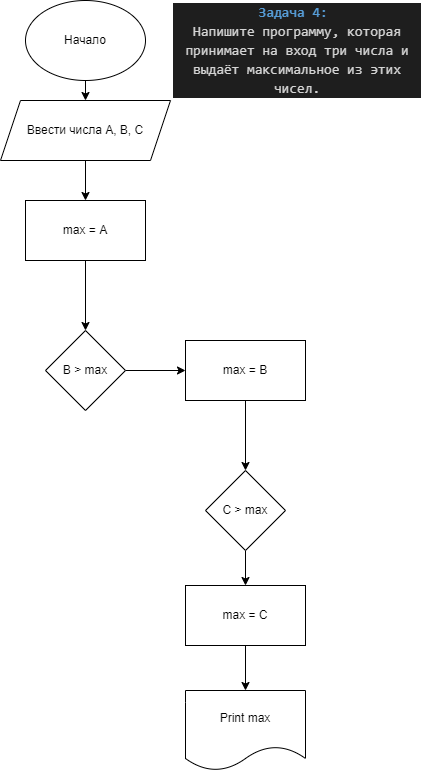
dvmax1984/Csharp25022023 keeps this draw.io diagram as Homework/Homework_01/Ex002/diagram.drawio.png. Above is the earlier version. Source tidied: cells renumbered, new cells last; positions are measured from the earlier drawing's top-left corner, leaving out a move shared by most shapes.
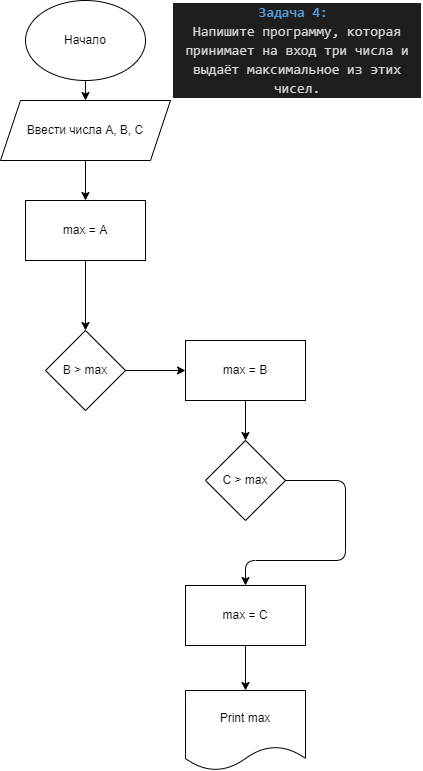
Later version of the same file.

Commit message:
Мелкие правки диаграммы и кода в HW01 Ex002

What changed in the source:
```diff
@@ -35,11 +35,17 @@
     <mxCell id="12" value="max = B" style="whiteSpace=wrap;html=1;rounded=0;" parent="1" vertex="1">
       <mxGeometry x="185" y="340" width="120" height="60" as="geometry" />
     </mxCell>
-    <mxCell id="13" style="edgeStyle=none;html=1;" parent="1" edge="1" source="14" target="16">
-      <mxGeometry relative="1" as="geometry" />
+    <mxCell id="13" style="edgeStyle=none;html=1;exitX=1;exitY=0.5;exitDx=0;exitDy=0;" parent="1" edge="1" source="14" target="16">
+      <mxGeometry relative="1" as="geometry">
+        <Array as="points">
+          <mxPoint x="345" y="480" />
+          <mxPoint x="345" y="560" />
+          <mxPoint x="245" y="560" />
+        </Array>
+      </mxGeometry>
     </mxCell>
     <mxCell id="14" value="C &amp;gt; max" style="rhombus;whiteSpace=wrap;html=1;rounded=0;" parent="1" vertex="1">
-      <mxGeometry x="205" y="470" width="80" height="80" as="geometry" />
+      <mxGeometry x="205" y="440" width="80" height="80" as="geometry" />
     </mxCell>
     <mxCell id="15" style="edgeStyle=none;html=1;entryX=0.5;entryY=0;entryDx=0;entryDy=0;" parent="1" edge="1" source="16" target="17">
       <mxGeometry relative="1" as="geometry" />
```
